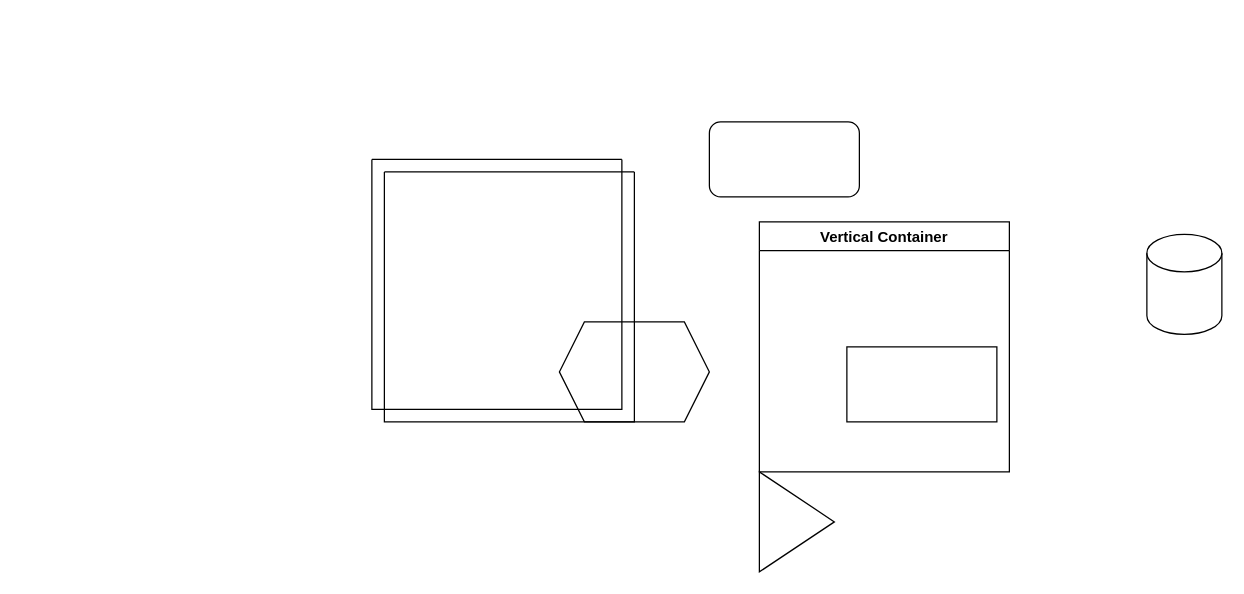
viethuynhvn/helm keeps this draw.io diagram as test-document.drawio. Above is the earlier version. Source tidied: cells renumbered, new cells numbered last; positions are measured from the earlier drawing's top-left corner, leaving out a move shared by most shapes. Both pictures are drawn from the tidied source at 125%, with x=0, y=0 at pixel (371, 121).
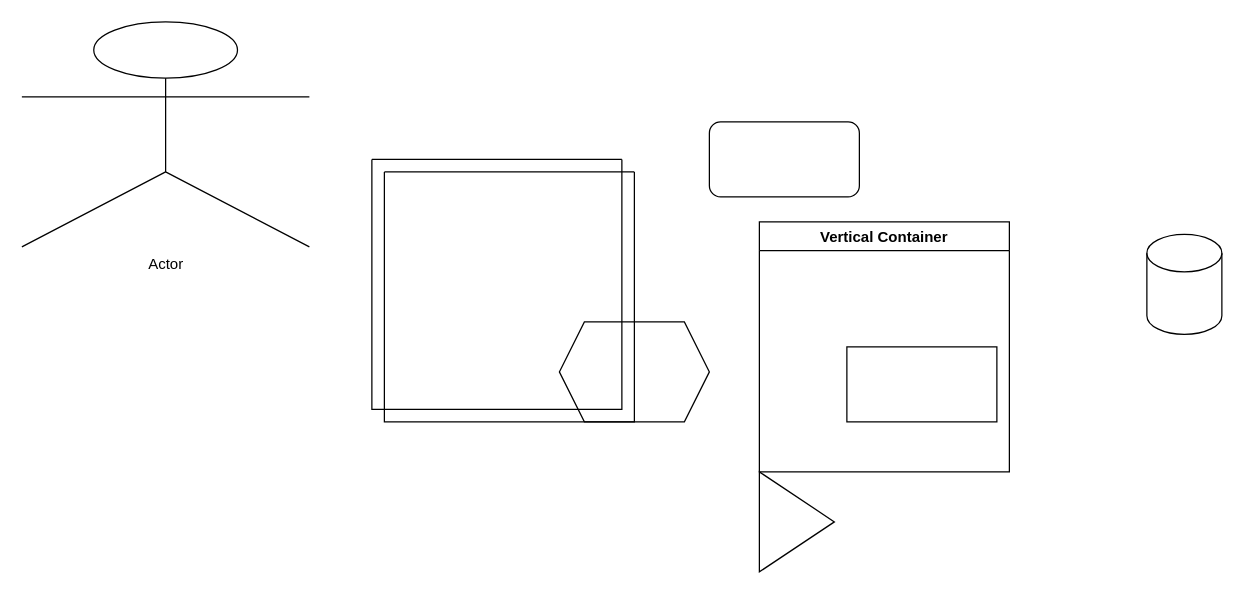
The same page after the edit.

Change to the diagram source:
```diff
@@
 <mxGraphModel>
   <root>
     <mxCell id="0" />
     <mxCell id="1" parent="0" />
     <mxCell id="2" style="rounded=1;whiteSpace=wrap;html=1;" parent="1" vertex="1">
       <mxGeometry x="270" width="120" height="60" as="geometry" />
     </mxCell>
     <mxCell id="3" style="rounded=0;whiteSpace=wrap;html=1;" parent="1" vertex="1">
       <mxGeometry x="380" y="180" width="120" height="60" as="geometry" />
     </mxCell>
     <mxCell id="4" style="shape=cylinder3;whiteSpace=wrap;html=1;boundedLbl=1;backgroundOutline=1;size=15;" parent="1" vertex="1">
       <mxGeometry x="620" y="90" width="60" height="80" as="geometry" />
     </mxCell>
     <mxCell id="5" style="shape=hexagon;perimeter=hexagonPerimeter2;whiteSpace=wrap;html=1;fixedSize=1;" parent="1" vertex="1">
       <mxGeometry x="150" y="160" width="120" height="80" as="geometry" />
     </mxCell>
     <mxCell id="6" style="triangle;whiteSpace=wrap;html=1;" parent="1" vertex="1">
       <mxGeometry x="310" y="280" width="60" height="80" as="geometry" />
     </mxCell>
     <mxCell id="7" value="Vertical Container" style="swimlane;" parent="1" vertex="1">
       <mxGeometry x="310" y="80" width="200" height="200" as="geometry" />
     </mxCell>
     <mxCell id="8" style="swimlane;startSize=0;" parent="1" vertex="1">
       <mxGeometry y="30" width="200" height="200" as="geometry" />
     </mxCell>
     <mxCell id="9" style="swimlane;startSize=0;" parent="1" vertex="1">
       <mxGeometry x="10" y="40" width="200" height="200" as="geometry" />
     </mxCell>
+    <mxCell id="10" value="Actor" style="shape=umlActor;verticalLabelPosition=bottom;verticalAlign=top;html=1;" parent="1" vertex="1">
+      <mxGeometry x="-280" y="-80" width="230" height="180" as="geometry" />
+    </mxCell>
   </root>
 </mxGraphModel>
```
